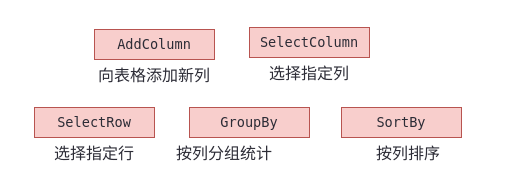
This is 表格操作.drawio from caojun1997/darwin.v, a draw.io file, before an edit. Source tidied: cells renumbered, new cells numbered last; positions are measured from the earlier drawing's top-left corner, leaving out a move shared by most shapes. Both pictures are drawn from the tidied source at 100%, with x=0, y=0 at pixel (19, 27).
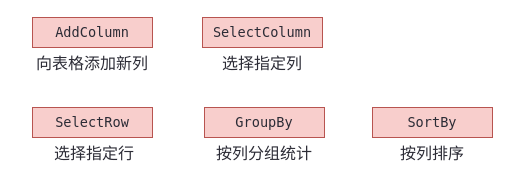
After the change.

Commit message:
更新表格操作.drawio

Change to the diagram source:
```diff
@@
 <mxGraphModel>
   <root>
     <mxCell id="0" />
     <mxCell id="1" parent="0" />
-    <mxCell id="2" value="&lt;span style=&quot;color: rgb(44, 44, 54); font-family: ui-monospace, SFMono-Regular, &amp;quot;SF Mono&amp;quot;, Menlo, Consolas, &amp;quot;Liberation Mono&amp;quot;, monospace; font-size: 13.6px; text-align: left; white-space-collapse: break-spaces;&quot;&gt;AddColumn&lt;/span&gt;" style="rounded=0;whiteSpace=wrap;html=1;fillColor=#f8cecc;strokeColor=#b85450;" parent="1" vertex="1">
-      <mxGeometry x="75" y="2" width="120" height="30" as="geometry" />
+    <mxCell id="2" value="&lt;span style=&quot;color: rgb(44, 44, 54); font-family: ui-monospace, SFMono-Regular, &amp;quot;SF Mono&amp;quot;, Menlo, Consolas, &amp;quot;Liberation Mono&amp;quot;, monospace; font-size: 13.6px; white-space-collapse: break-spaces;&quot;&gt;AddColumn&lt;/span&gt;" style="rounded=0;whiteSpace=wrap;html=1;fillColor=#f8cecc;strokeColor=#b85450;align=center;" parent="1" vertex="1">
+      <mxGeometry x="13" y="-10" width="120" height="30" as="geometry" />
     </mxCell>
     <mxCell id="3" value="&lt;span style=&quot;color: rgb(44, 44, 54); font-family: -apple-system, blinkmacsystemfont, &amp;quot;Helvetica Neue&amp;quot;, helvetica, &amp;quot;segoe ui&amp;quot;, arial, roboto, &amp;quot;PingFang SC&amp;quot;, miui, &amp;quot;Hiragino Sans GB&amp;quot;, &amp;quot;Microsoft Yahei&amp;quot;, sans-serif, &amp;quot;Source Han Serif&amp;quot;; font-size: 16px; font-style: normal; font-variant-ligatures: normal; font-variant-caps: normal; font-weight: 400; letter-spacing: normal; orphans: 2; text-indent: 0px; text-transform: none; widows: 2; word-spacing: 0px; -webkit-text-stroke-width: 0px; white-space: normal; background-color: rgb(255, 255, 255); text-decoration-thickness: initial; text-decoration-style: initial; text-decoration-color: initial; float: none; display: inline !important;&quot;&gt;向表格添加新列&lt;/span&gt;" style="text;whiteSpace=wrap;html=1;align=center;" parent="1" vertex="1">
-      <mxGeometry x="60" y="32" width="150" height="40" as="geometry" />
+      <mxGeometry x="-2" y="20" width="150" height="40" as="geometry" />
     </mxCell>
-    <mxCell id="4" value="&lt;span style=&quot;color: rgb(44, 44, 54); font-family: ui-monospace, SFMono-Regular, &amp;quot;SF Mono&amp;quot;, Menlo, Consolas, &amp;quot;Liberation Mono&amp;quot;, monospace; font-size: 13.6px; text-align: left; white-space-collapse: break-spaces;&quot;&gt;SelectColumn&lt;/span&gt;" style="rounded=0;whiteSpace=wrap;html=1;fillColor=#f8cecc;strokeColor=#b85450;" parent="1" vertex="1">
-      <mxGeometry x="230" width="120" height="30" as="geometry" />
+    <mxCell id="4" value="&lt;span style=&quot;color: rgb(44, 44, 54); font-family: ui-monospace, SFMono-Regular, &amp;quot;SF Mono&amp;quot;, Menlo, Consolas, &amp;quot;Liberation Mono&amp;quot;, monospace; font-size: 13.6px; white-space-collapse: break-spaces;&quot;&gt;SelectColumn&lt;/span&gt;" style="rounded=0;whiteSpace=wrap;html=1;fillColor=#f8cecc;strokeColor=#b85450;align=center;" parent="1" vertex="1">
+      <mxGeometry x="183" y="-10" width="120" height="30" as="geometry" />
     </mxCell>
     <mxCell id="5" value="&lt;span style=&quot;color: rgb(44, 44, 54); font-family: -apple-system, blinkmacsystemfont, &amp;quot;Helvetica Neue&amp;quot;, helvetica, &amp;quot;segoe ui&amp;quot;, arial, roboto, &amp;quot;PingFang SC&amp;quot;, miui, &amp;quot;Hiragino Sans GB&amp;quot;, &amp;quot;Microsoft Yahei&amp;quot;, sans-serif, &amp;quot;Source Han Serif&amp;quot;; font-size: 16px; background-color: rgb(255, 255, 255);&quot;&gt;选择指定列&lt;/span&gt;" style="text;whiteSpace=wrap;html=1;align=center;" parent="1" vertex="1">
-      <mxGeometry x="215" y="30" width="150" height="40" as="geometry" />
+      <mxGeometry x="168" y="20" width="150" height="40" as="geometry" />
     </mxCell>
-    <mxCell id="6" value="&lt;span style=&quot;color: rgb(44, 44, 54); font-family: ui-monospace, SFMono-Regular, &amp;quot;SF Mono&amp;quot;, Menlo, Consolas, &amp;quot;Liberation Mono&amp;quot;, monospace; font-size: 13.6px; text-align: left; white-space-collapse: break-spaces;&quot;&gt;SelectRow&lt;/span&gt;" style="rounded=0;whiteSpace=wrap;html=1;fillColor=#f8cecc;strokeColor=#b85450;" parent="1" vertex="1">
-      <mxGeometry x="15" y="80" width="120" height="30" as="geometry" />
+    <mxCell id="6" value="&lt;span style=&quot;color: rgb(44, 44, 54); font-family: ui-monospace, SFMono-Regular, &amp;quot;SF Mono&amp;quot;, Menlo, Consolas, &amp;quot;Liberation Mono&amp;quot;, monospace; font-size: 13.6px; white-space-collapse: break-spaces;&quot;&gt;SelectRow&lt;/span&gt;" style="rounded=0;whiteSpace=wrap;html=1;fillColor=#f8cecc;strokeColor=#b85450;align=center;" parent="1" vertex="1">
+      <mxGeometry x="13" y="80" width="120" height="30" as="geometry" />
     </mxCell>
     <mxCell id="7" value="&lt;span style=&quot;color: rgb(44, 44, 54); font-family: -apple-system, blinkmacsystemfont, &amp;quot;Helvetica Neue&amp;quot;, helvetica, &amp;quot;segoe ui&amp;quot;, arial, roboto, &amp;quot;PingFang SC&amp;quot;, miui, &amp;quot;Hiragino Sans GB&amp;quot;, &amp;quot;Microsoft Yahei&amp;quot;, sans-serif, &amp;quot;Source Han Serif&amp;quot;; font-size: 16px; background-color: rgb(255, 255, 255);&quot;&gt;选择指定行&lt;/span&gt;" style="text;whiteSpace=wrap;html=1;align=center;" parent="1" vertex="1">
       <mxGeometry y="110" width="150" height="40" as="geometry" />
     </mxCell>
-    <mxCell id="8" value="&lt;span style=&quot;color: rgb(44, 44, 54); font-family: ui-monospace, SFMono-Regular, &amp;quot;SF Mono&amp;quot;, Menlo, Consolas, &amp;quot;Liberation Mono&amp;quot;, monospace; font-size: 13.6px; text-align: left; white-space-collapse: break-spaces;&quot;&gt;GroupBy&lt;/span&gt;" style="rounded=0;whiteSpace=wrap;html=1;fillColor=#f8cecc;strokeColor=#b85450;" parent="1" vertex="1">
-      <mxGeometry x="170" y="80" width="120" height="30" as="geometry" />
+    <mxCell id="8" value="&lt;span style=&quot;color: rgb(44, 44, 54); font-family: ui-monospace, SFMono-Regular, &amp;quot;SF Mono&amp;quot;, Menlo, Consolas, &amp;quot;Liberation Mono&amp;quot;, monospace; font-size: 13.6px; white-space-collapse: break-spaces;&quot;&gt;GroupBy&lt;/span&gt;" style="rounded=0;whiteSpace=wrap;html=1;fillColor=#f8cecc;strokeColor=#b85450;align=center;" parent="1" vertex="1">
+      <mxGeometry x="185" y="80" width="120" height="30" as="geometry" />
     </mxCell>
-    <mxCell id="9" value="&lt;span style=&quot;color: rgb(44, 44, 54); font-family: -apple-system, blinkmacsystemfont, &amp;quot;Helvetica Neue&amp;quot;, helvetica, &amp;quot;segoe ui&amp;quot;, arial, roboto, &amp;quot;PingFang SC&amp;quot;, miui, &amp;quot;Hiragino Sans GB&amp;quot;, &amp;quot;Microsoft Yahei&amp;quot;, sans-serif, &amp;quot;Source Han Serif&amp;quot;; font-size: 16px; background-color: rgb(255, 255, 255);&quot;&gt;按列分组统计&lt;/span&gt;" style="text;whiteSpace=wrap;html=1;align=left;" parent="1" vertex="1">
-      <mxGeometry x="155" y="110" width="150" height="40" as="geometry" />
+    <mxCell id="9" value="&lt;span style=&quot;color: rgb(44, 44, 54); font-family: -apple-system, blinkmacsystemfont, &amp;quot;Helvetica Neue&amp;quot;, helvetica, &amp;quot;segoe ui&amp;quot;, arial, roboto, &amp;quot;PingFang SC&amp;quot;, miui, &amp;quot;Hiragino Sans GB&amp;quot;, &amp;quot;Microsoft Yahei&amp;quot;, sans-serif, &amp;quot;Source Han Serif&amp;quot;; font-size: 16px; background-color: rgb(255, 255, 255);&quot;&gt;按列分组统计&lt;/span&gt;" style="text;whiteSpace=wrap;html=1;align=center;" parent="1" vertex="1">
+      <mxGeometry x="170" y="110" width="150" height="40" as="geometry" />
     </mxCell>
-    <mxCell id="10" value="&lt;span style=&quot;color: rgb(44, 44, 54); font-family: ui-monospace, SFMono-Regular, &amp;quot;SF Mono&amp;quot;, Menlo, Consolas, &amp;quot;Liberation Mono&amp;quot;, monospace; font-size: 13.6px; text-align: left; white-space-collapse: break-spaces;&quot;&gt;SortBy&lt;/span&gt;" style="rounded=0;whiteSpace=wrap;html=1;fillColor=#f8cecc;strokeColor=#b85450;" parent="1" vertex="1">
-      <mxGeometry x="322" y="80" width="120" height="30" as="geometry" />
+    <mxCell id="10" value="&lt;span style=&quot;color: rgb(44, 44, 54); font-family: ui-monospace, SFMono-Regular, &amp;quot;SF Mono&amp;quot;, Menlo, Consolas, &amp;quot;Liberation Mono&amp;quot;, monospace; font-size: 13.6px; white-space-collapse: break-spaces;&quot;&gt;SortBy&lt;/span&gt;" style="rounded=0;whiteSpace=wrap;html=1;fillColor=#f8cecc;strokeColor=#b85450;align=center;" parent="1" vertex="1">
+      <mxGeometry x="353" y="80" width="120" height="30" as="geometry" />
     </mxCell>
     <mxCell id="11" value="&lt;span style=&quot;color: rgb(44, 44, 54); font-family: -apple-system, blinkmacsystemfont, &amp;quot;Helvetica Neue&amp;quot;, helvetica, &amp;quot;segoe ui&amp;quot;, arial, roboto, &amp;quot;PingFang SC&amp;quot;, miui, &amp;quot;Hiragino Sans GB&amp;quot;, &amp;quot;Microsoft Yahei&amp;quot;, sans-serif, &amp;quot;Source Han Serif&amp;quot;; font-size: 16px; background-color: rgb(255, 255, 255);&quot;&gt;按列排序&lt;/span&gt;" style="text;whiteSpace=wrap;html=1;align=center;" parent="1" vertex="1">
-      <mxGeometry x="314" y="110" width="150" height="40" as="geometry" />
+      <mxGeometry x="338" y="110" width="150" height="40" as="geometry" />
     </mxCell>
   </root>
 </mxGraphModel>
```
